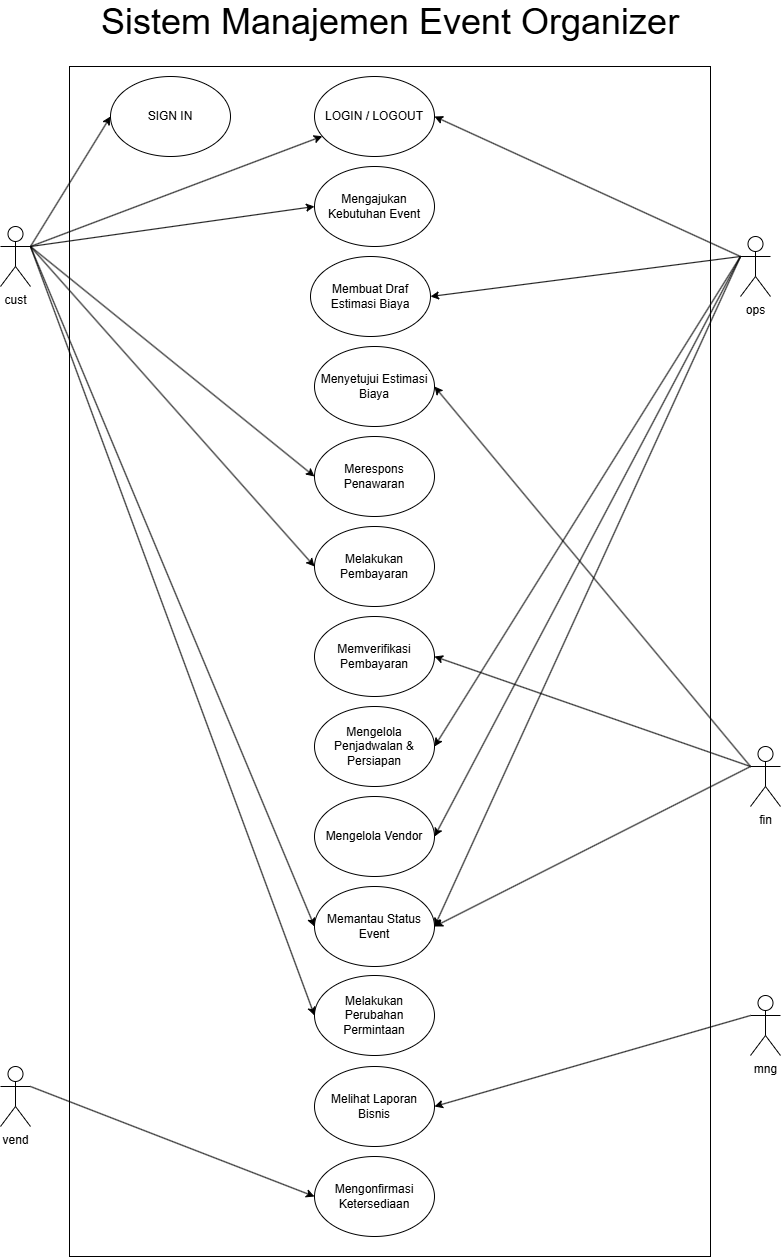
hanatrp/analisis-dan-perancangan-sistem keeps this draw.io diagram as pmb/uts_usecase.drawio.png. Above is the earlier version. Source tidied: cells renumbered, new cells last; positions are measured from the earlier drawing's top-left corner, leaving out a move shared by most shapes. Its diagram source:
```xml
<mxGraphModel>
  <root>
    <mxCell id="0" />
    <mxCell id="1" parent="0" />
    <mxCell id="2" style="rounded=0;whiteSpace=wrap;html=1;" parent="1" vertex="1">
      <mxGeometry x="69" y="60" width="641" height="1190" as="geometry" />
    </mxCell>
    <mxCell id="3" value="Mengonfirmasi Ketersediaan" style="ellipse;whiteSpace=wrap;html=1;" parent="1" vertex="1">
      <mxGeometry x="314" y="1150" width="120" height="80" as="geometry" />
    </mxCell>
    <mxCell id="4" value="Melihat Laporan Bisnis" style="ellipse;whiteSpace=wrap;html=1;" parent="1" vertex="1">
      <mxGeometry x="314" y="1060" width="120" height="80" as="geometry" />
    </mxCell>
    <mxCell id="5" value="Melakukan Perubahan Permintaan" style="ellipse;whiteSpace=wrap;html=1;" parent="1" vertex="1">
      <mxGeometry x="314" y="969" width="120" height="80" as="geometry" />
    </mxCell>
    <mxCell id="6" value="Memantau Status Event" style="ellipse;whiteSpace=wrap;html=1;" parent="1" vertex="1">
      <mxGeometry x="314" y="880" width="120" height="80" as="geometry" />
    </mxCell>
    <mxCell id="7" value="Mengelola Vendor" style="ellipse;whiteSpace=wrap;html=1;" parent="1" vertex="1">
      <mxGeometry x="314" y="790" width="120" height="80" as="geometry" />
    </mxCell>
    <mxCell id="8" value="Mengelola Penjadwalan &amp;amp; Persiapan" style="ellipse;whiteSpace=wrap;html=1;" parent="1" vertex="1">
      <mxGeometry x="314" y="700" width="120" height="80" as="geometry" />
    </mxCell>
    <mxCell id="9" value="Memverifikasi Pembayaran" style="ellipse;whiteSpace=wrap;html=1;" parent="1" vertex="1">
      <mxGeometry x="314" y="610" width="120" height="80" as="geometry" />
    </mxCell>
    <mxCell id="10" value="Melakukan Pembayaran" style="ellipse;whiteSpace=wrap;html=1;" parent="1" vertex="1">
      <mxGeometry x="314" y="520" width="120" height="80" as="geometry" />
    </mxCell>
    <mxCell id="11" value="Merespons Penawaran" style="ellipse;whiteSpace=wrap;html=1;" parent="1" vertex="1">
      <mxGeometry x="314" y="430" width="120" height="80" as="geometry" />
    </mxCell>
    <mxCell id="12" value="Menyetujui Estimasi Biaya" style="ellipse;whiteSpace=wrap;html=1;" parent="1" vertex="1">
      <mxGeometry x="314" y="340" width="120" height="80" as="geometry" />
    </mxCell>
    <mxCell id="13" value="Membuat Draf Estimasi Biaya" style="ellipse;whiteSpace=wrap;html=1;" parent="1" vertex="1">
      <mxGeometry x="310" y="250" width="120" height="80" as="geometry" />
    </mxCell>
    <mxCell id="14" value="Mengajukan Kebutuhan Event" style="ellipse;whiteSpace=wrap;html=1;" parent="1" vertex="1">
      <mxGeometry x="314" y="160" width="120" height="80" as="geometry" />
    </mxCell>
    <mxCell id="15" value="LOGIN / LOGOUT" style="ellipse;whiteSpace=wrap;html=1;" parent="1" vertex="1">
      <mxGeometry x="314" y="70" width="120" height="80" as="geometry" />
    </mxCell>
    <mxCell id="16" value="SIGN IN" style="ellipse;whiteSpace=wrap;html=1;" parent="1" vertex="1">
      <mxGeometry x="110" y="70" width="120" height="80" as="geometry" />
    </mxCell>
    <mxCell id="17" style="rounded=0;jettySize=auto;html=1;exitX=0;exitY=0.3333333333333333;exitDx=0;exitDy=0;exitPerimeter=0;entryX=1;entryY=0.5;entryDx=0;entryDy=0;" parent="1" edge="1" source="22" target="15">
      <mxGeometry relative="1" as="geometry" />
    </mxCell>
    <mxCell id="18" style="rounded=0;jettySize=auto;html=1;exitX=0;exitY=0.3333333333333333;exitDx=0;exitDy=0;exitPerimeter=0;entryX=1;entryY=0.5;entryDx=0;entryDy=0;" parent="1" edge="1" source="22" target="13">
      <mxGeometry relative="1" as="geometry" />
    </mxCell>
    <mxCell id="19" style="rounded=0;jettySize=auto;html=1;exitX=0;exitY=0.3333333333333333;exitDx=0;exitDy=0;exitPerimeter=0;entryX=1;entryY=0.5;entryDx=0;entryDy=0;" parent="1" edge="1" source="22" target="8">
      <mxGeometry relative="1" as="geometry" />
    </mxCell>
    <mxCell id="20" style="rounded=0;jettySize=auto;html=1;entryX=1;entryY=0.5;entryDx=0;entryDy=0;exitX=0;exitY=0.3333333333333333;exitDx=0;exitDy=0;exitPerimeter=0;" parent="1" edge="1" source="22" target="7">
      <mxGeometry relative="1" as="geometry" />
    </mxCell>
    <mxCell id="21" style="rounded=0;jettySize=auto;html=1;exitX=0;exitY=0.3333333333333333;exitDx=0;exitDy=0;exitPerimeter=0;entryX=1;entryY=0.5;entryDx=0;entryDy=0;" parent="1" edge="1" source="22" target="6">
      <mxGeometry relative="1" as="geometry" />
    </mxCell>
    <mxCell id="22" value="ops" style="shape=umlActor;verticalLabelPosition=bottom;verticalAlign=top;html=1;outlineConnect=0;" parent="1" vertex="1">
      <mxGeometry x="740" y="230" width="30" height="60" as="geometry" />
    </mxCell>
    <mxCell id="23" style="rounded=0;jettySize=auto;html=1;exitX=0;exitY=0.3333333333333333;exitDx=0;exitDy=0;exitPerimeter=0;entryX=1;entryY=0.5;entryDx=0;entryDy=0;" parent="1" edge="1" source="24" target="4">
      <mxGeometry relative="1" as="geometry" />
    </mxCell>
    <mxCell id="24" value="mng" style="shape=umlActor;verticalLabelPosition=bottom;verticalAlign=top;html=1;outlineConnect=0;" parent="1" vertex="1">
      <mxGeometry x="750" y="989" width="30" height="60" as="geometry" />
    </mxCell>
    <mxCell id="25" style="rounded=0;jettySize=auto;html=1;exitX=0;exitY=0.3333333333333333;exitDx=0;exitDy=0;exitPerimeter=0;entryX=1;entryY=0.5;entryDx=0;entryDy=0;" parent="1" edge="1" source="28" target="12">
      <mxGeometry relative="1" as="geometry" />
    </mxCell>
    <mxCell id="26" style="rounded=0;jettySize=auto;html=1;exitX=0;exitY=0.3333333333333333;exitDx=0;exitDy=0;exitPerimeter=0;entryX=1;entryY=0.5;entryDx=0;entryDy=0;" parent="1" edge="1" source="28" target="9">
      <mxGeometry relative="1" as="geometry" />
    </mxCell>
    <mxCell id="27" style="rounded=0;jettySize=auto;html=1;exitX=0;exitY=0.3333333333333333;exitDx=0;exitDy=0;exitPerimeter=0;entryX=1;entryY=0.5;entryDx=0;entryDy=0;" parent="1" edge="1" source="28" target="6">
      <mxGeometry relative="1" as="geometry" />
    </mxCell>
    <mxCell id="28" value="fin" style="shape=umlActor;verticalLabelPosition=bottom;verticalAlign=top;html=1;outlineConnect=0;" parent="1" vertex="1">
      <mxGeometry x="750" y="740" width="30" height="60" as="geometry" />
    </mxCell>
    <mxCell id="29" style="rounded=0;jettySize=auto;html=1;exitX=1;exitY=0.3333333333333333;exitDx=0;exitDy=0;exitPerimeter=0;entryX=0;entryY=0.5;entryDx=0;entryDy=0;" parent="1" edge="1" source="30" target="3">
      <mxGeometry relative="1" as="geometry" />
    </mxCell>
    <mxCell id="30" value="vend" style="shape=umlActor;verticalLabelPosition=bottom;verticalAlign=top;html=1;outlineConnect=0;" parent="1" vertex="1">
      <mxGeometry y="1060" width="30" height="60" as="geometry" />
    </mxCell>
    <mxCell id="31" style="rounded=0;jettySize=auto;html=1;exitX=1;exitY=0.3333333333333333;exitDx=0;exitDy=0;exitPerimeter=0;entryX=0;entryY=0.5;entryDx=0;entryDy=0;" parent="1" edge="1" source="38" target="16">
      <mxGeometry relative="1" as="geometry" />
    </mxCell>
    <mxCell id="32" style="rounded=0;jettySize=auto;html=1;exitX=1;exitY=0.3333333333333333;exitDx=0;exitDy=0;exitPerimeter=0;" parent="1" edge="1" source="38" target="15">
      <mxGeometry relative="1" as="geometry" />
    </mxCell>
    <mxCell id="33" style="rounded=0;jettySize=auto;html=1;exitX=1;exitY=0.3333333333333333;exitDx=0;exitDy=0;exitPerimeter=0;entryX=0;entryY=0.5;entryDx=0;entryDy=0;" parent="1" edge="1" source="38" target="11">
      <mxGeometry relative="1" as="geometry" />
    </mxCell>
    <mxCell id="34" style="rounded=0;jettySize=auto;html=1;exitX=1;exitY=0.3333333333333333;exitDx=0;exitDy=0;exitPerimeter=0;entryX=0;entryY=0.5;entryDx=0;entryDy=0;" parent="1" edge="1" source="38" target="10">
      <mxGeometry relative="1" as="geometry" />
    </mxCell>
    <mxCell id="35" style="rounded=0;jettySize=auto;html=1;exitX=1;exitY=0.3333333333333333;exitDx=0;exitDy=0;exitPerimeter=0;entryX=0;entryY=0.5;entryDx=0;entryDy=0;" parent="1" edge="1" source="38" target="6">
      <mxGeometry relative="1" as="geometry" />
    </mxCell>
    <mxCell id="36" style="rounded=0;jettySize=auto;html=1;exitX=1;exitY=0.3333333333333333;exitDx=0;exitDy=0;exitPerimeter=0;entryX=0;entryY=0.5;entryDx=0;entryDy=0;" parent="1" edge="1" source="38" target="5">
      <mxGeometry relative="1" as="geometry" />
    </mxCell>
    <mxCell id="37" style="rounded=0;jettySize=auto;html=1;exitX=1;exitY=0.3333333333333333;exitDx=0;exitDy=0;exitPerimeter=0;entryX=0;entryY=0.5;entryDx=0;entryDy=0;" parent="1" edge="1" source="38" target="14">
      <mxGeometry relative="1" as="geometry" />
    </mxCell>
    <mxCell id="38" value="cust" style="shape=umlActor;verticalLabelPosition=bottom;verticalAlign=top;html=1;outlineConnect=0;" parent="1" vertex="1">
      <mxGeometry y="220" width="30" height="60" as="geometry" />
    </mxCell>
    <mxCell id="39" value="&lt;font style=&quot;font-size: 36px;&quot;&gt;Sistem Manajemen Event Organizer&lt;/font&gt;" style="text;html=1;whiteSpace=wrap;strokeColor=none;fillColor=none;align=center;verticalAlign=middle;rounded=0;" parent="1" vertex="1">
      <mxGeometry x="79.5" width="620" height="30" as="geometry" />
    </mxCell>
  </root>
</mxGraphModel>
```
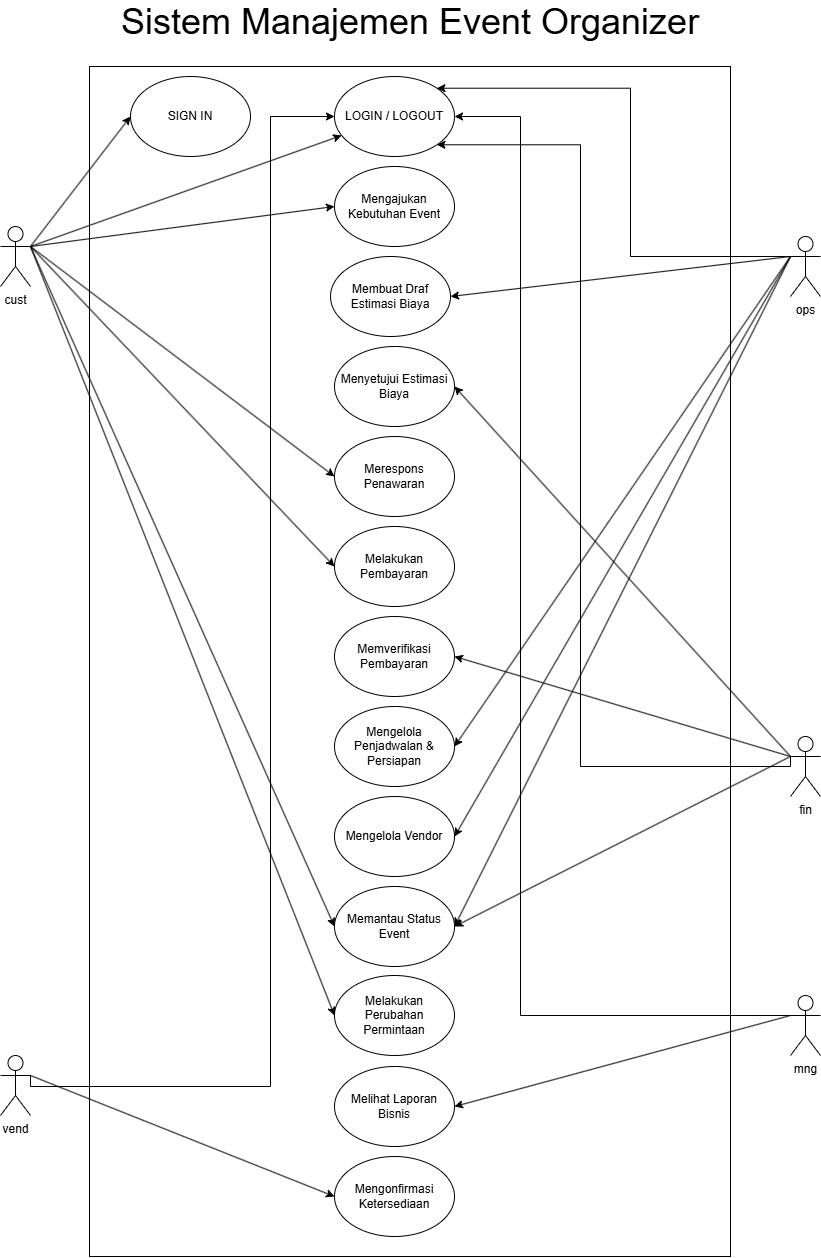
After the commit.

Diff of the diagram source:
```diff
@@ -47,8 +47,13 @@
     <mxCell id="16" value="SIGN IN" style="ellipse;whiteSpace=wrap;html=1;" parent="1" vertex="1">
       <mxGeometry x="110" y="70" width="120" height="80" as="geometry" />
     </mxCell>
-    <mxCell id="17" style="rounded=0;jettySize=auto;html=1;exitX=0;exitY=0.3333333333333333;exitDx=0;exitDy=0;exitPerimeter=0;entryX=1;entryY=0.5;entryDx=0;entryDy=0;" parent="1" edge="1" source="22" target="15">
-      <mxGeometry relative="1" as="geometry" />
+    <mxCell id="17" style="rounded=0;jettySize=auto;html=1;exitX=0;exitY=0.3333333333333333;exitDx=0;exitDy=0;exitPerimeter=0;entryX=1;entryY=0;entryDx=0;entryDy=0;edgeStyle=orthogonalEdgeStyle;" parent="1" edge="1" source="22" target="15">
+      <mxGeometry relative="1" as="geometry">
+        <Array as="points">
+          <mxPoint x="610" y="250" />
+          <mxPoint x="610" y="82" />
+        </Array>
+      </mxGeometry>
     </mxCell>
     <mxCell id="18" style="rounded=0;jettySize=auto;html=1;exitX=0;exitY=0.3333333333333333;exitDx=0;exitDy=0;exitPerimeter=0;entryX=1;entryY=0.5;entryDx=0;entryDy=0;" parent="1" edge="1" source="22" target="13">
       <mxGeometry relative="1" as="geometry" />
@@ -63,13 +68,21 @@
       <mxGeometry relative="1" as="geometry" />
     </mxCell>
     <mxCell id="22" value="ops" style="shape=umlActor;verticalLabelPosition=bottom;verticalAlign=top;html=1;outlineConnect=0;" parent="1" vertex="1">
-      <mxGeometry x="740" y="230" width="30" height="60" as="geometry" />
+      <mxGeometry x="770" y="230" width="30" height="60" as="geometry" />
     </mxCell>
     <mxCell id="23" style="rounded=0;jettySize=auto;html=1;exitX=0;exitY=0.3333333333333333;exitDx=0;exitDy=0;exitPerimeter=0;entryX=1;entryY=0.5;entryDx=0;entryDy=0;" parent="1" edge="1" source="24" target="4">
       <mxGeometry relative="1" as="geometry" />
     </mxCell>
+    <mxCell id="40" style="edgeStyle=orthogonalEdgeStyle;rounded=0;jettySize=auto;html=1;exitX=0;exitY=0.3333333333333333;exitDx=0;exitDy=0;exitPerimeter=0;entryX=1;entryY=0.5;entryDx=0;entryDy=0;" parent="1" edge="1" source="24" target="15">
+      <mxGeometry relative="1" as="geometry">
+        <Array as="points">
+          <mxPoint x="500" y="1009" />
+          <mxPoint x="500" y="110" />
+        </Array>
+      </mxGeometry>
+    </mxCell>
     <mxCell id="24" value="mng" style="shape=umlActor;verticalLabelPosition=bottom;verticalAlign=top;html=1;outlineConnect=0;" parent="1" vertex="1">
-      <mxGeometry x="750" y="989" width="30" height="60" as="geometry" />
+      <mxGeometry x="770" y="989" width="30" height="60" as="geometry" />
     </mxCell>
     <mxCell id="25" style="rounded=0;jettySize=auto;html=1;exitX=0;exitY=0.3333333333333333;exitDx=0;exitDy=0;exitPerimeter=0;entryX=1;entryY=0.5;entryDx=0;entryDy=0;" parent="1" edge="1" source="28" target="12">
       <mxGeometry relative="1" as="geometry" />
@@ -81,13 +94,21 @@
       <mxGeometry relative="1" as="geometry" />
     </mxCell>
     <mxCell id="28" value="fin" style="shape=umlActor;verticalLabelPosition=bottom;verticalAlign=top;html=1;outlineConnect=0;" parent="1" vertex="1">
-      <mxGeometry x="750" y="740" width="30" height="60" as="geometry" />
+      <mxGeometry x="770" y="730" width="30" height="60" as="geometry" />
     </mxCell>
     <mxCell id="29" style="rounded=0;jettySize=auto;html=1;exitX=1;exitY=0.3333333333333333;exitDx=0;exitDy=0;exitPerimeter=0;entryX=0;entryY=0.5;entryDx=0;entryDy=0;" parent="1" edge="1" source="30" target="3">
       <mxGeometry relative="1" as="geometry" />
     </mxCell>
+    <mxCell id="41" style="edgeStyle=orthogonalEdgeStyle;rounded=0;jettySize=auto;html=1;exitX=1;exitY=0.3333333333333333;exitDx=0;exitDy=0;exitPerimeter=0;entryX=0;entryY=0.5;entryDx=0;entryDy=0;" parent="1" edge="1" source="30" target="15">
+      <mxGeometry relative="1" as="geometry">
+        <Array as="points">
+          <mxPoint x="250" y="1080" />
+          <mxPoint x="250" y="110" />
+        </Array>
+      </mxGeometry>
+    </mxCell>
     <mxCell id="30" value="vend" style="shape=umlActor;verticalLabelPosition=bottom;verticalAlign=top;html=1;outlineConnect=0;" parent="1" vertex="1">
-      <mxGeometry y="1060" width="30" height="60" as="geometry" />
+      <mxGeometry x="-20" y="1049" width="30" height="60" as="geometry" />
     </mxCell>
     <mxCell id="31" style="rounded=0;jettySize=auto;html=1;exitX=1;exitY=0.3333333333333333;exitDx=0;exitDy=0;exitPerimeter=0;entryX=0;entryY=0.5;entryDx=0;entryDy=0;" parent="1" edge="1" source="38" target="16">
       <mxGeometry relative="1" as="geometry" />
@@ -111,10 +132,18 @@
       <mxGeometry relative="1" as="geometry" />
     </mxCell>
     <mxCell id="38" value="cust" style="shape=umlActor;verticalLabelPosition=bottom;verticalAlign=top;html=1;outlineConnect=0;" parent="1" vertex="1">
-      <mxGeometry y="220" width="30" height="60" as="geometry" />
+      <mxGeometry x="-20" y="220" width="30" height="60" as="geometry" />
     </mxCell>
     <mxCell id="39" value="&lt;font style=&quot;font-size: 36px;&quot;&gt;Sistem Manajemen Event Organizer&lt;/font&gt;" style="text;html=1;whiteSpace=wrap;strokeColor=none;fillColor=none;align=center;verticalAlign=middle;rounded=0;" parent="1" vertex="1">
       <mxGeometry x="79.5" width="620" height="30" as="geometry" />
     </mxCell>
+    <mxCell id="42" style="edgeStyle=orthogonalEdgeStyle;rounded=0;jettySize=auto;html=1;exitX=0;exitY=0.3333333333333333;exitDx=0;exitDy=0;exitPerimeter=0;entryX=1;entryY=1;entryDx=0;entryDy=0;" parent="1" edge="1" source="28" target="15">
+      <mxGeometry relative="1" as="geometry">
+        <Array as="points">
+          <mxPoint x="560" y="760" />
+          <mxPoint x="560" y="138" />
+        </Array>
+      </mxGeometry>
+    </mxCell>
   </root>
 </mxGraphModel>
```
